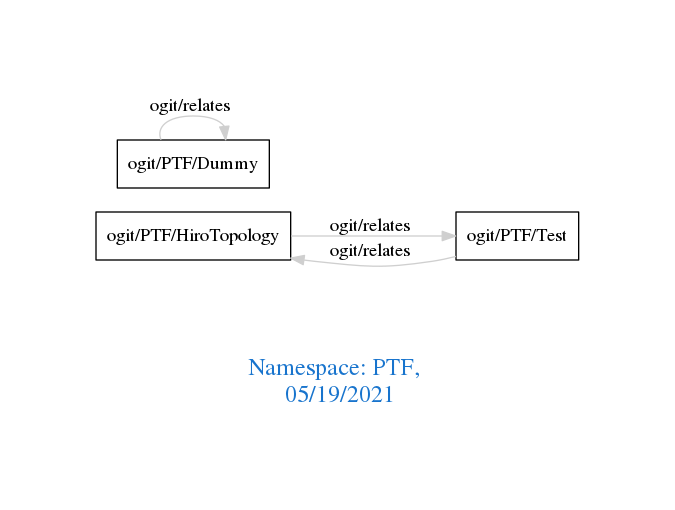
The Graphviz diagram downloads/PTF.png in arago/OGIT, before a commit. Its source is kept beside it as downloads/PTF.dot.
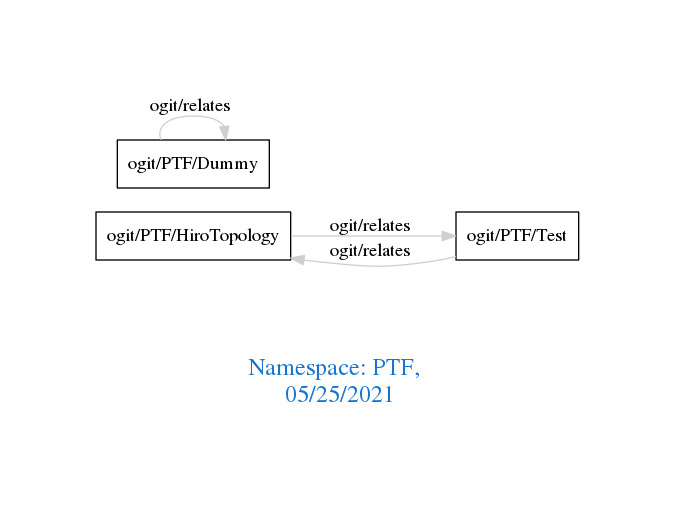
Later version of the same file.

Change to the diagram source:
```diff
@@ -1,7 +1,7 @@
 digraph OGIT_ontology {
  graph [ rankdir= LR,pad=1
 fontsize = 18,
-fontcolor= dodgerblue3,label = "\n\n\nNamespace: PTF, \n 05/19/2021"];
+fontcolor= dodgerblue3,label = "\n\n\nNamespace: PTF, \n 05/25/2021"];
 node[shape=polygon];
 edge [  color="gray81"];
 
```
